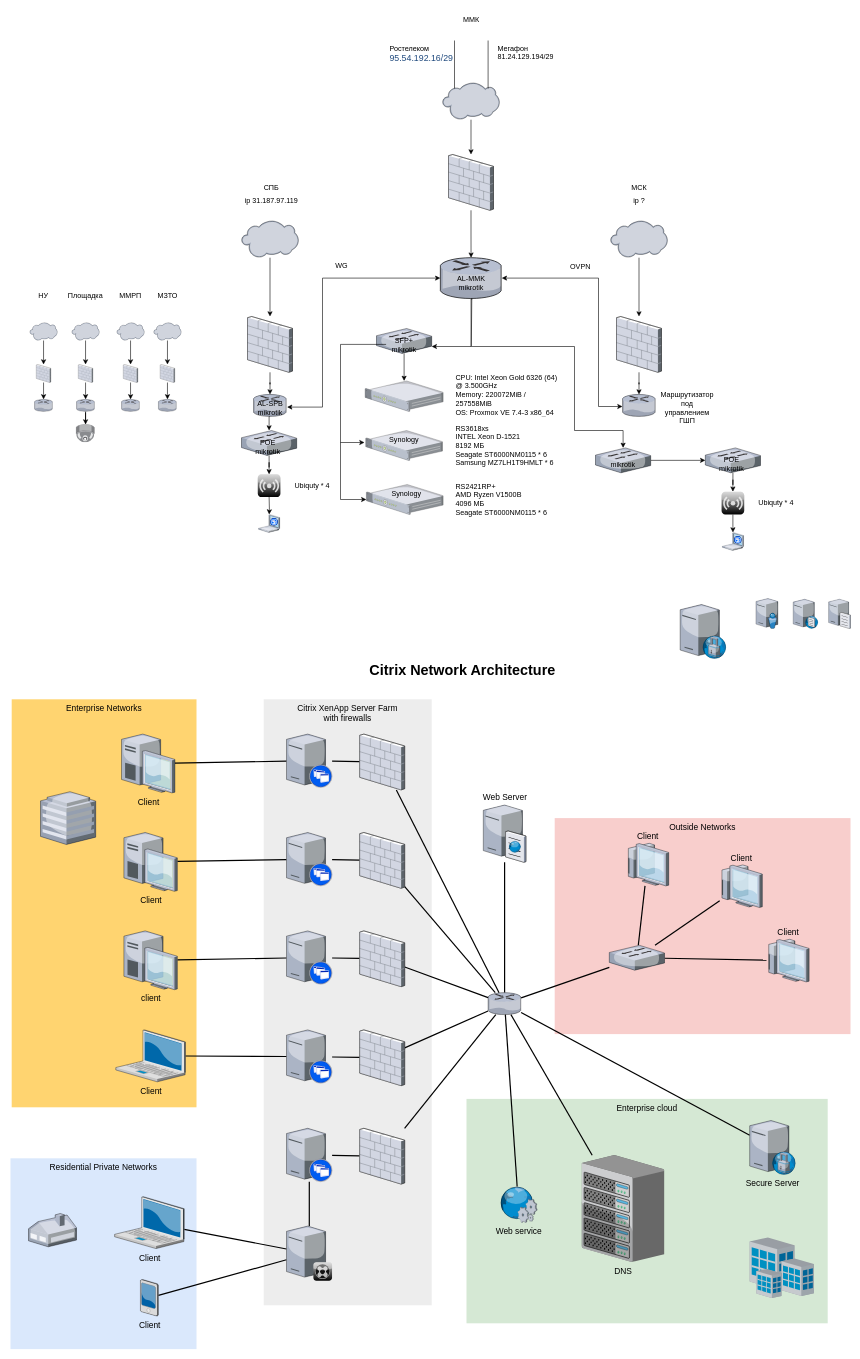
cmdrJaponamat/Stolyarovs_taskbook keeps this draw.io diagram as Диаграмма без названия.drawio. Above is the earlier version. Source tidied: cells renumbered, new cells numbered last; positions are measured from the earlier drawing's top-left corner, leaving out a move shared by most shapes. Both pictures are drawn from the tidied source at 60%, with x=0, y=0 at pixel (10, 10).
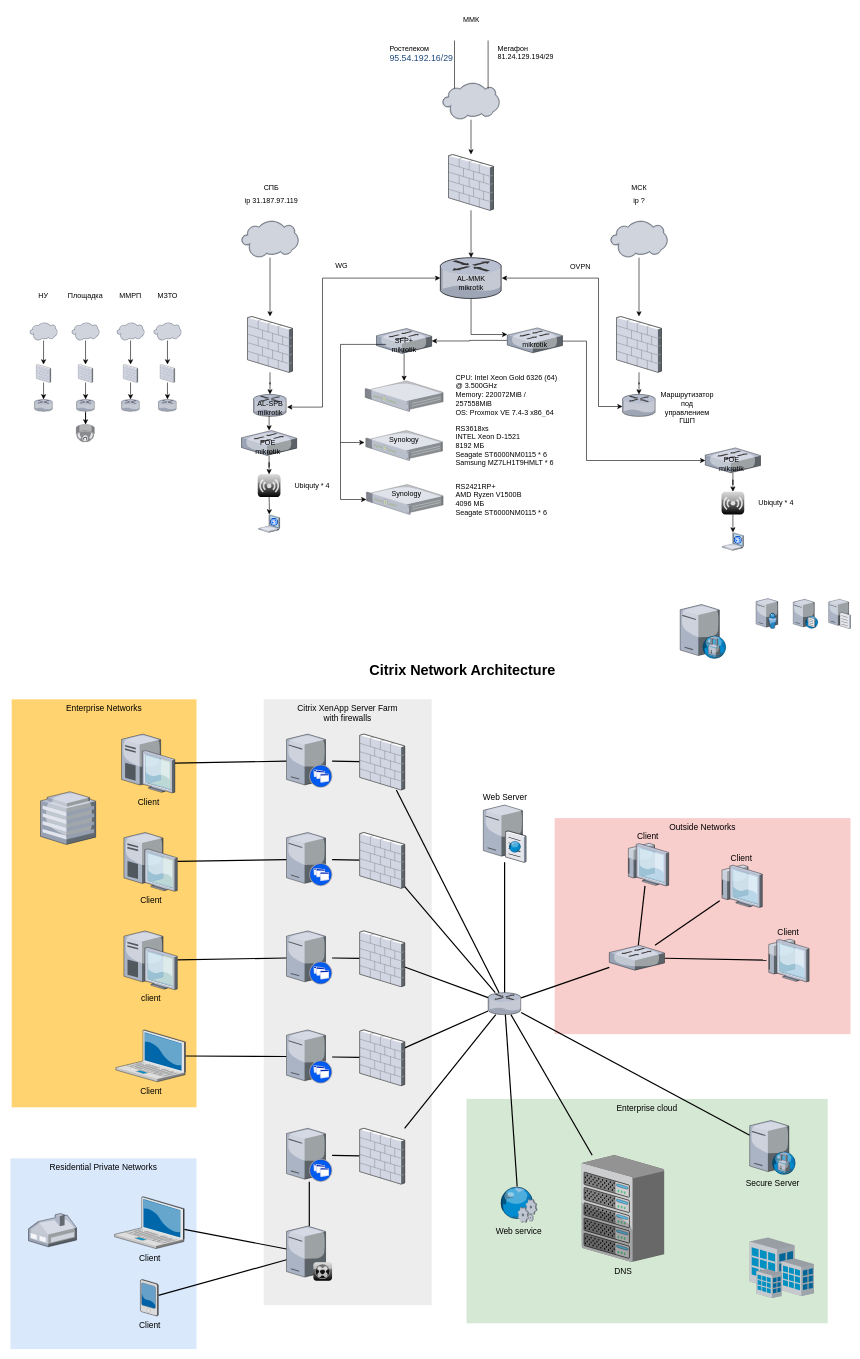
The same diagram, later.

The change refers to these unchanged cells:
```xml
<mxCell id="65" style="verticalLabelPosition=bottom;html=1;verticalAlign=top;strokeColor=none;shape=mxgraph.citrix.router;fillColor=#66B2FF;gradientColor=#0066CC;fontSize=14;" parent="1" vertex="1">
  <mxGeometry x="716.3" y="412" width="102.5" height="68" as="geometry" />
</mxCell>
<mxCell id="121" style="verticalLabelPosition=bottom;sketch=0;html=1;verticalAlign=top;strokeColor=none;align=center;outlineConnect=0;shape=mxgraph.citrix.switch;" parent="1" vertex="1">
  <mxGeometry x="610" y="530" width="92" height="41.5" as="geometry" />
</mxCell>
<mxCell id="138" style="verticalLabelPosition=bottom;sketch=0;html=1;verticalAlign=top;strokeColor=none;align=center;outlineConnect=0;shape=mxgraph.citrix.switch;" parent="1" vertex="1">
  <mxGeometry x="1158" y="729" width="92" height="41.5" as="geometry" />
</mxCell>
```

The edit, as a diff of the source:
```diff
@@
-    <mxCell id="62" style="edgeStyle=orthogonalEdgeStyle;rounded=0;jettySize=auto;html=1;" parent="1" edge="1" source="65" target="121">
-      <mxGeometry relative="1" as="geometry">
-        <Array as="points">
-          <mxPoint x="768" y="560" />
-        </Array>
-      </mxGeometry>
-    </mxCell>
@@
+    <mxCell id="139" style="edgeStyle=orthogonalEdgeStyle;rounded=0;jettySize=auto;html=1;" parent="1" edge="1" source="65" target="137">
+      <mxGeometry relative="1" as="geometry">
+        <Array as="points">
+          <mxPoint x="768" y="540" />
+        </Array>
+      </mxGeometry>
+    </mxCell>
@@
     <mxCell id="136" style="edgeStyle=orthogonalEdgeStyle;rounded=0;jettySize=auto;html=1;" parent="1" edge="1" source="137" target="138">
-      <mxGeometry relative="1" as="geometry" />
+      <mxGeometry relative="1" as="geometry">
+        <Array as="points">
+          <mxPoint x="960" y="551" />
+          <mxPoint x="960" y="750" />
+        </Array>
+      </mxGeometry>
     </mxCell>
+    <mxCell id="156" style="edgeStyle=orthogonalEdgeStyle;rounded=0;jettySize=auto;html=1;" parent="1" edge="1" source="137" target="121">
+      <mxGeometry relative="1" as="geometry" />
+    </mxCell>
     <mxCell id="137" style="verticalLabelPosition=bottom;sketch=0;html=1;verticalAlign=top;strokeColor=none;align=center;outlineConnect=0;shape=mxgraph.citrix.switch;" parent="1" vertex="1">
-      <mxGeometry x="975" y="729" width="92" height="41.5" as="geometry" />
+      <mxGeometry x="828" y="529" width="92" height="41.5" as="geometry" />
     </mxCell>
@@
-    <mxCell id="139" style="edgeStyle=orthogonalEdgeStyle;rounded=0;jettySize=auto;html=1;exitX=0.512;exitY=1.027;exitDx=0;exitDy=0;exitPerimeter=0;" parent="1" edge="1" source="65" target="137">
-      <mxGeometry relative="1" as="geometry">
-        <Array as="points">
-          <mxPoint x="769" y="480" />
-          <mxPoint x="768" y="480" />
-          <mxPoint x="768" y="560" />
-          <mxPoint x="940" y="560" />
-          <mxPoint x="940" y="700" />
-          <mxPoint x="1021" y="700" />
-        </Array>
-      </mxGeometry>
-    </mxCell>
@@
     <mxCell id="155" value="mikrotik" style="text;html=1;align=center;verticalAlign=middle;whiteSpace=wrap;rounded=0;" parent="1" vertex="1">
-      <mxGeometry x="991" y="741.5" width="60" height="30" as="geometry" />
+      <mxGeometry x="844" y="541.5" width="60" height="30" as="geometry" />
     </mxCell>
```
